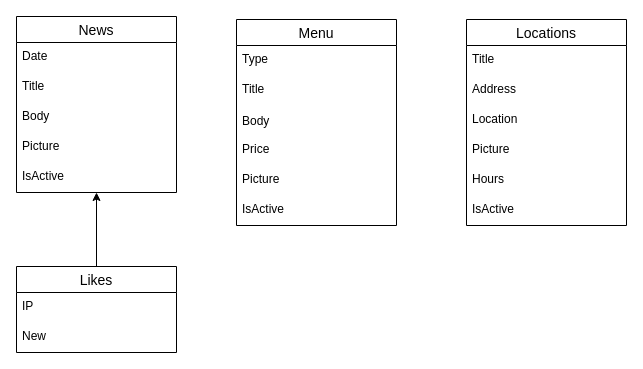
This is docs/brochure/brochure.v0.1.drawio from diego8arock/portfolio, a draw.io file, before an edit. Source tidied: cells renumbered, new cells numbered last; positions are measured from the earlier drawing's top-left corner, leaving out a move shared by most shapes. Both pictures are drawn from the tidied source at 100%, with x=0, y=0 at pixel (16, 16).
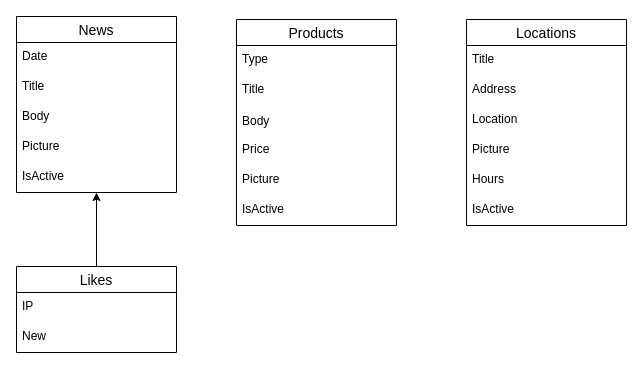
The same diagram, later.

What changed in the source:
```diff
@@
-    <mxCell id="8" value="Menu" style="swimlane;fontStyle=0;horizontal=1;startSize=26;align=center;fontSize=14;glass=0;" parent="1" vertex="1">
+    <mxCell id="8" value="Products" style="swimlane;fontStyle=0;horizontal=1;startSize=26;align=center;fontSize=14;glass=0;" parent="1" vertex="1">
       <mxGeometry x="220" y="3" width="160" height="206" as="geometry" />
     </mxCell>
```
